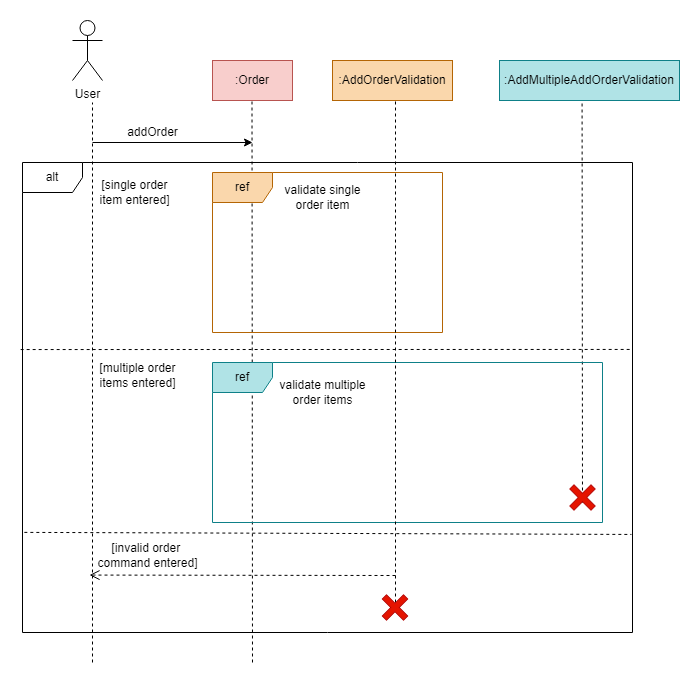
Before: docs/images/developersGuide/addOrder.png, a diagram exported from draw.io (yuanners/tp). Source tidied: cells renumbered, new cells last; positions are measured from the earlier drawing's top-left corner, leaving out a move shared by most shapes.
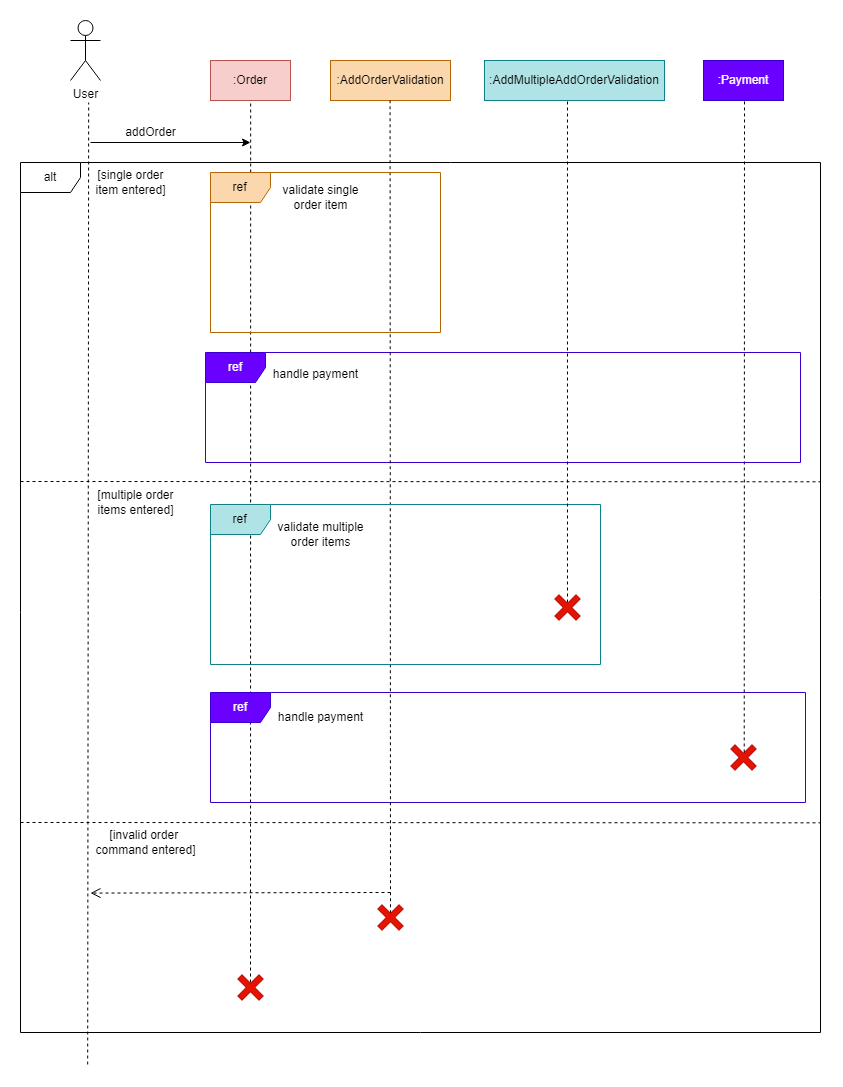
After the change.

The edit, as a diff of the source:
```diff
@@ -3,95 +3,120 @@
     <mxCell id="0" />
     <mxCell id="1" parent="0" />
     <mxCell id="2" value="User&lt;br&gt;" style="shape=umlActor;verticalLabelPosition=bottom;verticalAlign=top;html=1;" parent="1" vertex="1">
-      <mxGeometry x="50" width="30" height="60" as="geometry" />
+      <mxGeometry x="-27" width="30" height="60" as="geometry" />
     </mxCell>
-    <mxCell id="3" style="endArrow=none;dashed=1;html=1;rounded=0;" parent="1" edge="1">
-      <mxGeometry relative="1" as="geometry">
-        <mxPoint x="70" y="642" as="sourcePoint" />
-        <mxPoint x="70" y="82" as="targetPoint" />
-      </mxGeometry>
-    </mxCell>
     <mxCell id="4" value=":Order" style="rounded=0;whiteSpace=wrap;html=1;fillColor=#f8cecc;strokeColor=#b85450;" parent="1" vertex="1">
-      <mxGeometry x="190" y="40" width="80" height="40" as="geometry" />
+      <mxGeometry x="113" y="40" width="80" height="40" as="geometry" />
     </mxCell>
     <mxCell id="5" value=":AddOrderValidation" style="rounded=0;whiteSpace=wrap;html=1;fillColor=#fad7ac;strokeColor=#b46504;" parent="1" vertex="1">
-      <mxGeometry x="310" y="40" width="120" height="40" as="geometry" />
+      <mxGeometry x="233" y="40" width="120" height="40" as="geometry" />
     </mxCell>
     <mxCell id="6" value=":AddMultipleAddOrderValidation" style="rounded=0;whiteSpace=wrap;html=1;fillColor=#b0e3e6;strokeColor=#0e8088;" parent="1" vertex="1">
-      <mxGeometry x="477" y="40" width="180" height="40" as="geometry" />
+      <mxGeometry x="387" y="40" width="180" height="40" as="geometry" />
     </mxCell>
-    <mxCell id="7" style="endArrow=none;dashed=1;html=1;rounded=0;" parent="1" edge="1">
-      <mxGeometry relative="1" as="geometry">
-        <mxPoint x="560" y="482" as="sourcePoint" />
-        <mxPoint x="559.6" y="82" as="targetPoint" />
-      </mxGeometry>
-    </mxCell>
     <mxCell id="8" style="endArrow=classic;html=1;rounded=0;" parent="1" edge="1">
       <mxGeometry relative="1" as="geometry">
-        <mxPoint x="70" y="122" as="sourcePoint" />
-        <mxPoint x="230" y="122" as="targetPoint" />
+        <mxPoint x="-7" y="122" as="sourcePoint" />
+        <mxPoint x="153" y="122" as="targetPoint" />
       </mxGeometry>
     </mxCell>
     <mxCell id="9" value="addOrder" style="text;html=1;align=center;verticalAlign=middle;strokeColor=none;fillColor=none;" parent="1" vertex="1">
-      <mxGeometry x="95" y="97" width="70" height="30" as="geometry" />
+      <mxGeometry x="18" y="97" width="70" height="30" as="geometry" />
     </mxCell>
     <mxCell id="10" value="alt" style="shape=umlFrame;whiteSpace=wrap;html=1;" parent="1" vertex="1">
-      <mxGeometry y="142" width="610" height="470" as="geometry" />
+      <mxGeometry x="-77" y="142" width="800" height="870" as="geometry" />
     </mxCell>
     <mxCell id="11" value="[single order &lt;br&gt;item entered]" style="text;html=1;align=center;verticalAlign=middle;strokeColor=none;fillColor=none;" parent="1" vertex="1">
-      <mxGeometry x="67" y="152" width="90" height="40" as="geometry" />
+      <mxGeometry x="-12" y="142" width="90" height="40" as="geometry" />
     </mxCell>
-    <mxCell id="12" style="endArrow=none;dashed=1;html=1;rounded=0;entryX=0.998;entryY=0.502;entryDx=0;entryDy=0;entryPerimeter=0;exitX=-0.003;exitY=0.398;exitDx=0;exitDy=0;exitPerimeter=0;" parent="1" edge="1" source="10">
-      <mxGeometry relative="1" as="geometry">
-        <mxPoint x="609" y="328.9" as="targetPoint" />
-      </mxGeometry>
-    </mxCell>
     <mxCell id="13" value="[multiple order &lt;br&gt;items entered]" style="text;html=1;align=center;verticalAlign=middle;strokeColor=none;fillColor=none;" parent="1" vertex="1">
-      <mxGeometry x="65" y="335" width="100" height="40" as="geometry" />
+      <mxGeometry x="-12" y="462" width="100" height="40" as="geometry" />
     </mxCell>
-    <mxCell id="14" style="endArrow=none;dashed=1;html=1;rounded=0;" parent="1" edge="1">
-      <mxGeometry relative="1" as="geometry">
-        <mxPoint x="230" y="642" as="sourcePoint" />
-        <mxPoint x="229.5" y="80" as="targetPoint" />
-      </mxGeometry>
-    </mxCell>
-    <mxCell id="15" value="ref" style="shape=umlFrame;whiteSpace=wrap;html=1;shadow=0;fillColor=#fad7ac;strokeColor=#b46504;" parent="1" vertex="1">
-      <mxGeometry x="190" y="152" width="230" height="160" as="geometry" />
-    </mxCell>
     <mxCell id="16" value="validate single &lt;br&gt;order item" style="text;html=1;align=center;verticalAlign=middle;strokeColor=none;fillColor=none;" parent="1" vertex="1">
-      <mxGeometry x="250" y="157" width="100" height="40" as="geometry" />
+      <mxGeometry x="173" y="157" width="100" height="40" as="geometry" />
     </mxCell>
-    <mxCell id="17" value="ref" style="shape=umlFrame;whiteSpace=wrap;html=1;shadow=0;fillColor=#b0e3e6;strokeColor=#0e8088;" parent="1" vertex="1">
-      <mxGeometry x="190" y="342" width="390" height="160" as="geometry" />
-    </mxCell>
     <mxCell id="18" value="validate multiple&lt;br&gt;order items" style="text;html=1;align=center;verticalAlign=middle;strokeColor=none;fillColor=none;" parent="1" vertex="1">
-      <mxGeometry x="245" y="352" width="110" height="40" as="geometry" />
+      <mxGeometry x="168" y="494" width="110" height="40" as="geometry" />
     </mxCell>
     <mxCell id="19" value="[invalid order&amp;nbsp;&lt;br&gt;command entered]" style="text;html=1;align=center;verticalAlign=middle;strokeColor=none;fillColor=none;" parent="1" vertex="1">
-      <mxGeometry x="65" y="515" width="120" height="40" as="geometry" />
+      <mxGeometry x="-12" y="802" width="120" height="40" as="geometry" />
     </mxCell>
-    <mxCell id="20" style="endArrow=none;dashed=1;html=1;rounded=0;exitX=0.003;exitY=0.787;exitDx=0;exitDy=0;exitPerimeter=0;entryX=0.998;entryY=0.502;entryDx=0;entryDy=0;entryPerimeter=0;" parent="1" edge="1" source="10">
-      <mxGeometry relative="1" as="geometry">
-        <mxPoint x="609" y="513.9" as="targetPoint" />
-      </mxGeometry>
-    </mxCell>
-    <mxCell id="21" style="html=1;verticalAlign=bottom;endArrow=open;dashed=1;endSize=8;edgeStyle=elbowEdgeStyle;elbow=vertical;curved=0;rounded=0;" parent="1" edge="1">
-      <mxGeometry relative="1" as="geometry">
-        <mxPoint x="373" y="555" as="sourcePoint" />
-        <mxPoint x="67" y="555" as="targetPoint" />
-      </mxGeometry>
-    </mxCell>
-    <mxCell id="22" style="endArrow=none;dashed=1;html=1;rounded=0;" parent="1" edge="1">
-      <mxGeometry relative="1" as="geometry">
-        <mxPoint x="373" y="582" as="sourcePoint" />
-        <mxPoint x="373" y="81" as="targetPoint" />
-      </mxGeometry>
-    </mxCell>
     <mxCell id="23" style="shape=cross;whiteSpace=wrap;html=1;rotation=45;fillColor=#e51400;fontColor=#ffffff;strokeColor=#B20000;" parent="1" vertex="1">
-      <mxGeometry x="545" y="462" width="30" height="30" as="geometry" />
+      <mxGeometry x="631" y="722" width="30" height="30" as="geometry" />
     </mxCell>
-    <mxCell id="24" style="shape=cross;whiteSpace=wrap;html=1;rotation=45;fillColor=#e51400;fontColor=#ffffff;strokeColor=#B20000;" parent="1" vertex="1">
-      <mxGeometry x="357.5" y="572" width="30" height="30" as="geometry" />
-    </mxCell>
+    <mxCell id="25" value=":Payment" style="rounded=0;whiteSpace=wrap;html=1;fillColor=#6a00ff;strokeColor=#3700CC;fontColor=#ffffff;" parent="1" vertex="1">
+      <mxGeometry x="606" y="40" width="80" height="40" as="geometry" />
+    </mxCell>
+    <mxCell id="26" style="endArrow=none;dashed=1;html=1;rounded=0;exitX=0.897;exitY=0.545;exitDx=0;exitDy=0;exitPerimeter=0;" parent="1" edge="1" source="34">
+      <mxGeometry relative="1" as="geometry">
+        <mxPoint x="647" y="80" as="targetPoint" />
+      </mxGeometry>
+    </mxCell>
+    <mxCell id="27" value="handle payment" style="text;html=1;align=center;verticalAlign=middle;strokeColor=none;fillColor=none;" parent="1" vertex="1">
+      <mxGeometry x="163" y="339" width="110" height="30" as="geometry" />
+    </mxCell>
+    <mxCell id="28" style="endArrow=none;dashed=1;html=1;rounded=0;entryX=1;entryY=0.367;entryDx=0;entryDy=0;entryPerimeter=0;" parent="1" edge="1" target="10">
+      <mxGeometry relative="1" as="geometry">
+        <mxPoint x="-77" y="461" as="sourcePoint" />
+      </mxGeometry>
+    </mxCell>
+    <mxCell id="29" value="handle payment" style="text;html=1;align=center;verticalAlign=middle;strokeColor=none;fillColor=none;" parent="1" vertex="1">
+      <mxGeometry x="168" y="682" width="110" height="30" as="geometry" />
+    </mxCell>
+    <mxCell id="30" style="endArrow=none;dashed=1;html=1;rounded=0;entryX=1;entryY=0.759;entryDx=0;entryDy=0;entryPerimeter=0;" parent="1" edge="1" target="10">
+      <mxGeometry relative="1" as="geometry">
+        <mxPoint x="-77" y="802" as="sourcePoint" />
+      </mxGeometry>
+    </mxCell>
+    <mxCell id="31" style="endArrow=none;dashed=1;html=1;rounded=0;" parent="1" edge="1">
+      <mxGeometry relative="1" as="geometry">
+        <mxPoint x="-9.8" y="1044" as="sourcePoint" />
+        <mxPoint x="-8.8" y="82" as="targetPoint" />
+      </mxGeometry>
+    </mxCell>
+    <mxCell id="32" style="endArrow=none;dashed=1;html=1;rounded=0;" parent="1" edge="1">
+      <mxGeometry relative="1" as="geometry">
+        <mxPoint x="153" y="962" as="sourcePoint" />
+        <mxPoint x="153.2" y="81" as="targetPoint" />
+      </mxGeometry>
+    </mxCell>
+    <mxCell id="33" value="ref" style="shape=umlFrame;whiteSpace=wrap;html=1;shadow=0;fillColor=#6a00ff;strokeColor=#3700CC;fontColor=#ffffff;" parent="1" vertex="1">
+      <mxGeometry x="108" y="332" width="595" height="110" as="geometry" />
+    </mxCell>
+    <mxCell id="34" value="ref" style="shape=umlFrame;whiteSpace=wrap;html=1;shadow=0;fillColor=#6a00ff;strokeColor=#3700CC;fontColor=#ffffff;" parent="1" vertex="1">
+      <mxGeometry x="113" y="672" width="595" height="110" as="geometry" />
+    </mxCell>
+    <mxCell id="35" style="endArrow=none;dashed=1;html=1;rounded=0;exitX=0;exitY=0;exitDx=12;exitDy=12;exitPerimeter=0;" parent="1" edge="1" source="38">
+      <mxGeometry relative="1" as="geometry">
+        <mxPoint x="292.6" y="80" as="targetPoint" />
+      </mxGeometry>
+    </mxCell>
+    <mxCell id="15" value="ref" style="shape=umlFrame;whiteSpace=wrap;html=1;shadow=0;fillColor=#fad7ac;strokeColor=#b46504;" parent="1" vertex="1">
+      <mxGeometry x="113" y="152" width="230" height="160" as="geometry" />
+    </mxCell>
+    <mxCell id="17" value="ref" style="shape=umlFrame;whiteSpace=wrap;html=1;shadow=0;fillColor=#b0e3e6;strokeColor=#0e8088;" parent="1" vertex="1">
+      <mxGeometry x="113" y="484" width="390" height="160" as="geometry" />
+    </mxCell>
+    <mxCell id="36" style="endArrow=none;dashed=1;html=1;rounded=0;" parent="1" edge="1">
+      <mxGeometry relative="1" as="geometry">
+        <mxPoint x="470" y="582" as="sourcePoint" />
+        <mxPoint x="470" y="80" as="targetPoint" />
+      </mxGeometry>
+    </mxCell>
+    <mxCell id="37" style="html=1;verticalAlign=bottom;endArrow=open;dashed=1;endSize=8;edgeStyle=elbowEdgeStyle;elbow=vertical;curved=0;rounded=0;" parent="1" edge="1">
+      <mxGeometry relative="1" as="geometry">
+        <mxPoint x="293" y="872" as="sourcePoint" />
+        <mxPoint x="-7" y="872" as="targetPoint" />
+      </mxGeometry>
+    </mxCell>
+    <mxCell id="38" style="shape=cross;whiteSpace=wrap;html=1;rotation=45;fillColor=#e51400;fontColor=#ffffff;strokeColor=#B20000;" parent="1" vertex="1">
+      <mxGeometry x="278" y="882" width="30" height="30" as="geometry" />
+    </mxCell>
+    <mxCell id="39" style="shape=cross;whiteSpace=wrap;html=1;rotation=45;fillColor=#e51400;fontColor=#ffffff;strokeColor=#B20000;" parent="1" vertex="1">
+      <mxGeometry x="455" y="572" width="30" height="30" as="geometry" />
+    </mxCell>
+    <mxCell id="40" style="shape=cross;whiteSpace=wrap;html=1;rotation=45;fillColor=#e51400;fontColor=#ffffff;strokeColor=#B20000;" parent="1" vertex="1">
+      <mxGeometry x="138" y="952" width="30" height="30" as="geometry" />
+    </mxCell>
   </root>
 </mxGraphModel>
```
